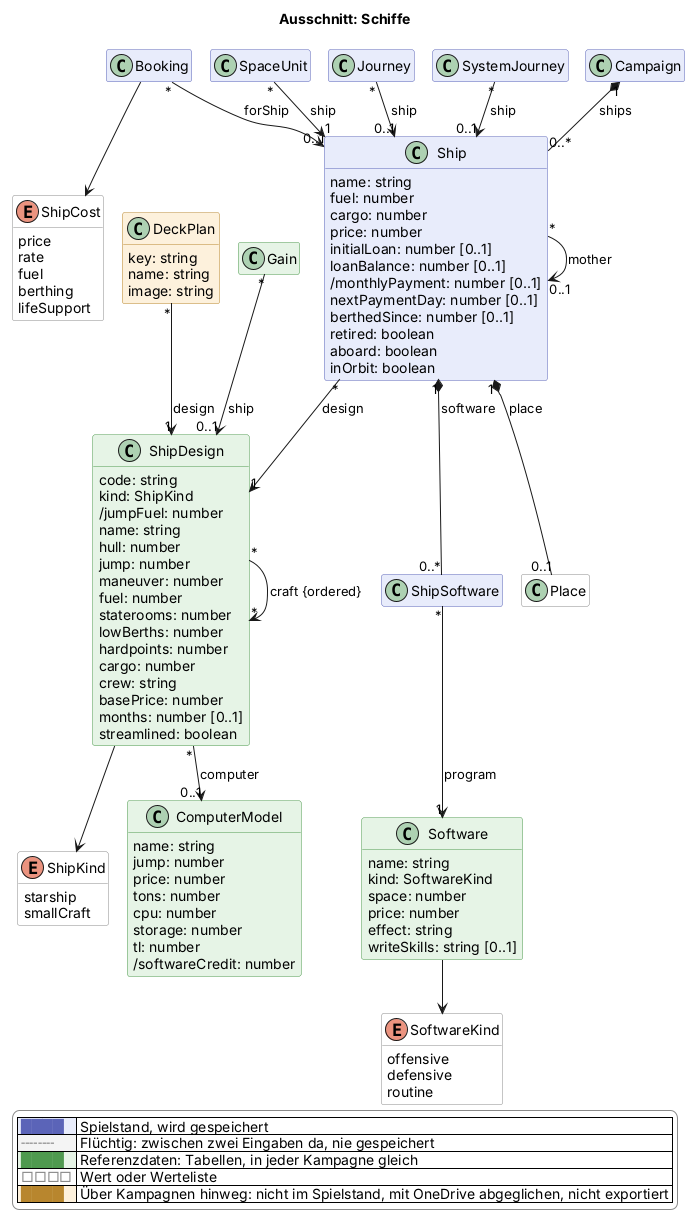
Before: docs/views/schiffe.png, a diagram exported from PlantUML (scuzzar/SRE).
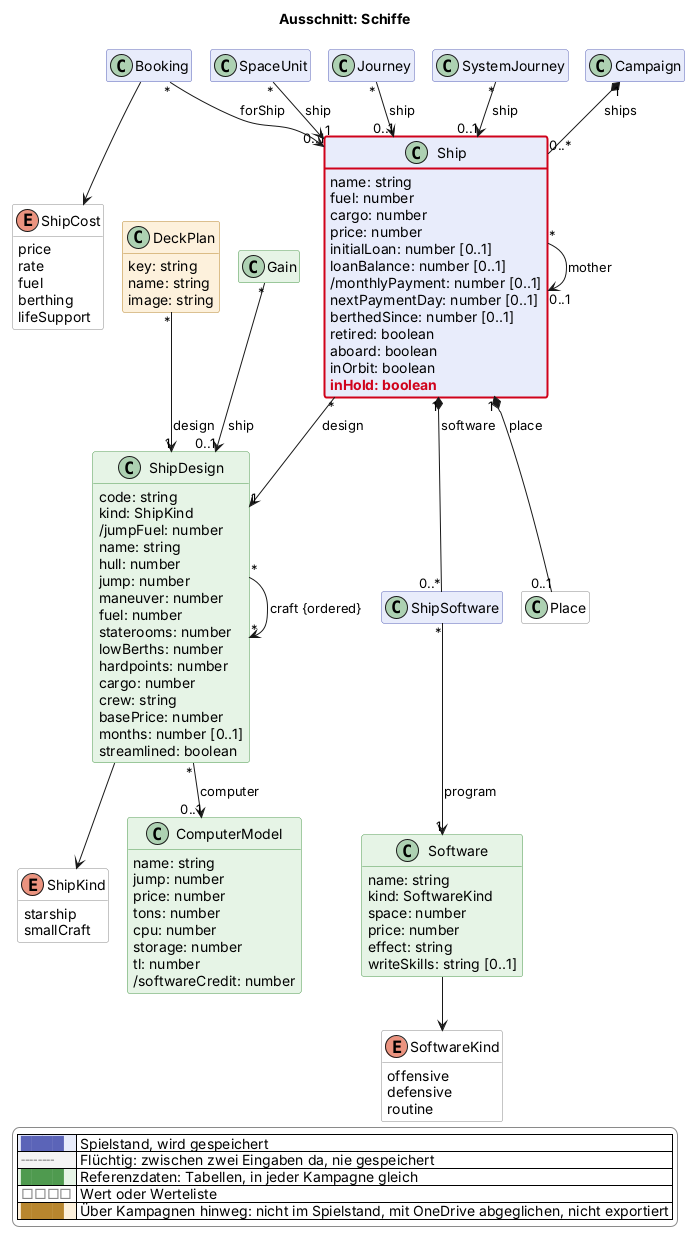
After the commit.

Change to the diagram source:
```diff
@@ -85,6 +85,7 @@
     retired: boolean
     aboard: boolean
     inOrbit: boolean
+    $new("2026-11-21c", "inHold: boolean")
   }
   enum ShipCost <<value>> $schiffe {
     price
@@ -198,4 +199,5 @@
   |<#ffffff> <color:#8a8a8a>□□□□</color> | Wert oder Werteliste |
   |<#fdf1dc> <color:#b8862e>████</color> | Über Kampagnen hinweg: nicht im Spielstand, mit OneDrive abgeglichen, nicht exportiert |
 endlegend
+class Ship #line:d0021b;line.bold
 @enduml
```
